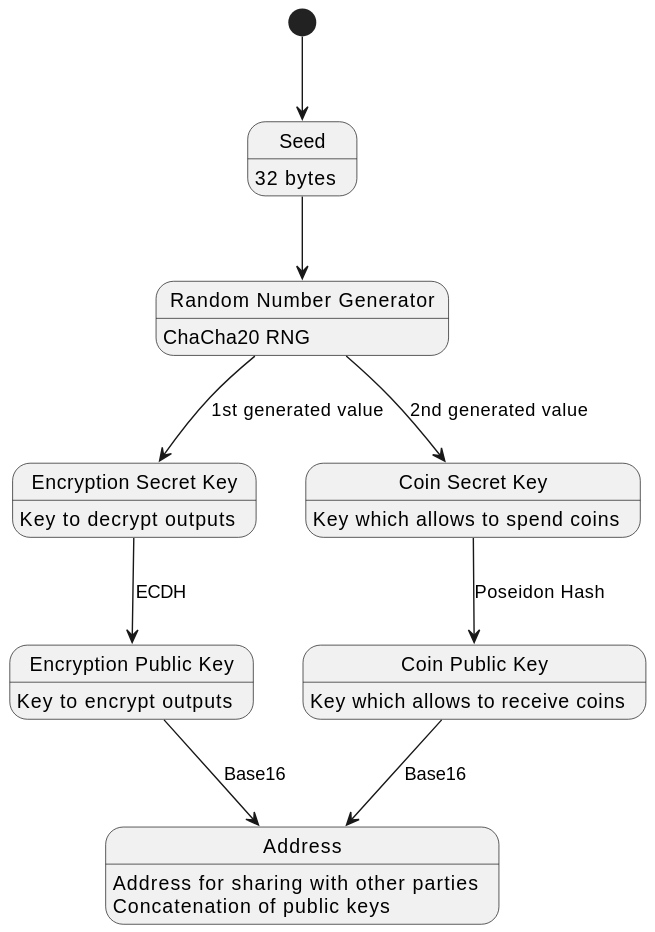
Before: components/WalletEngine/keys.svg, a diagram exported from PlantUML (midnightntwrk/midnight-architecture).
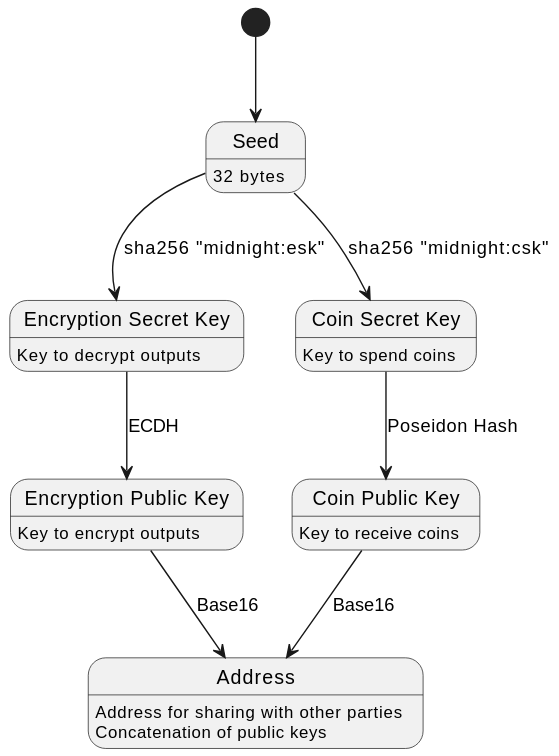
Later version of the same file.

Commit message:
[PM-9873] Propose implementation-independent way to derive zswap keys from seed

Diff of the diagram source:
```diff
@@ -1,20 +1,16 @@
 @startuml
-
 [*] --> seed
-seed --> RNG
-RNG --> ESK: 1st generated value
-RNG --> CSK: 2nd generated value
+seed --> ESK: sha256 "midnight:esk"
+seed --> CSK: sha256 "midnight:csk"
 ESK --> EPK: ECDH
 CSK --> CPK: Poseidon Hash
 EPK --> addr: Base16
 CPK --> addr: Base16
 
 state "Seed" as seed: 32 bytes
-state "Random Number Generator" as RNG: ChaCha20 RNG
 state "Encryption Secret Key" as ESK: Key to decrypt outputs
 state "Encryption Public Key" as EPK: Key to encrypt outputs
-state "Coin Secret Key" as CSK: Key which allows to spend coins
-state "Coin Public Key" as CPK: Key which allows to receive coins
+state "Coin Secret Key" as CSK: Key to spend coins
+state "Coin Public Key" as CPK: Key to receive coins
 state "Address" as addr: Address for sharing with other parties\nConcatenation of public keys
-
 @enduml
```
